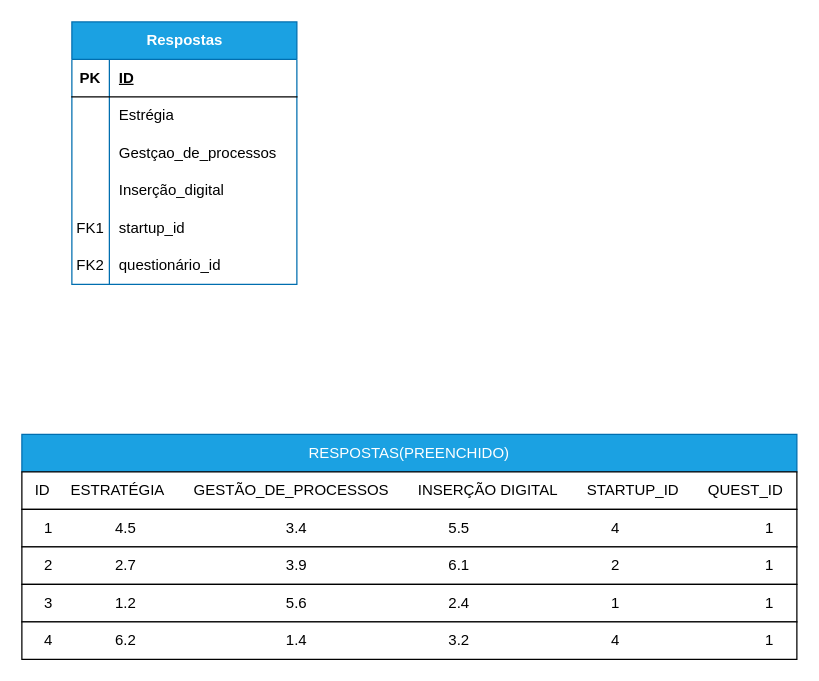
Luannunes02/DERs keeps this draw.io diagram as page "Respostas" (3 of 5) of Diagrama sem nome.drawio. Above is the earlier version. Source tidied: cells renumbered, new cells numbered last; positions are measured from the earlier drawing's top-left corner, leaving out a move shared by most shapes. Both pictures are drawn from the tidied source at 125%, with x=0, y=0 at pixel (21, 21).
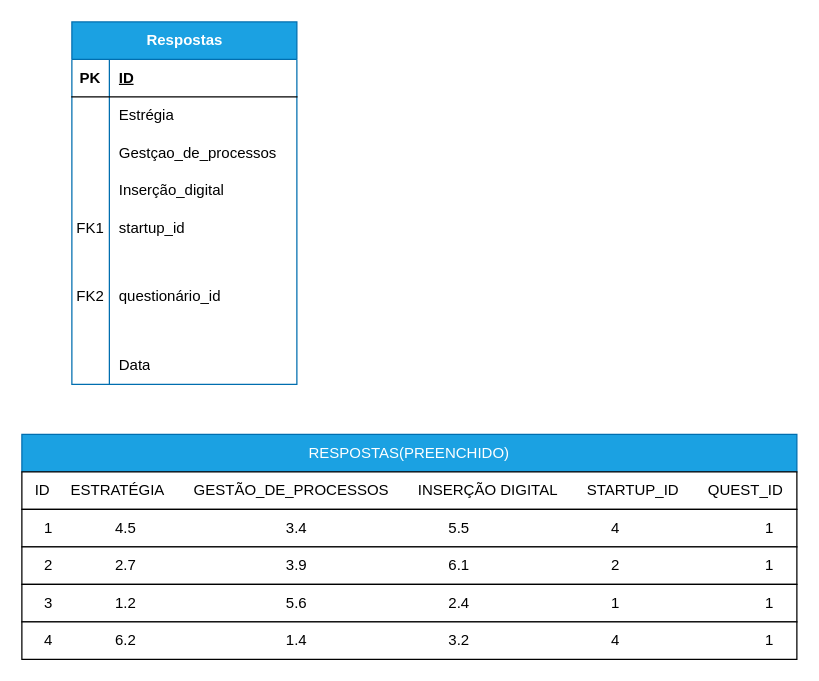
The same page after the edit.

Change to the diagram source:
```diff
@@
     <mxCell id="2" value="Respostas" style="shape=table;startSize=30;childLayout=tableLayout;rowLines=0;fontStyle=1;align=center;html=1;fillColor=#1ba1e2;fontColor=#ffffff;strokeColor=#006EAF;" parent="1" vertex="1">
-      <mxGeometry x="40" width="180" height="210" as="geometry" />
+      <mxGeometry x="40" width="180" height="290" as="geometry" />
     </mxCell>
@@
     <mxCell id="18" style="shape=tableRow;horizontal=0;startSize=0;swimlaneHead=0;swimlaneBody=0;fillColor=none;top=0;left=0;right=0;bottom=0;" parent="2" vertex="1">
-      <mxGeometry y="180" width="180" height="30" as="geometry" />
+      <mxGeometry y="180" width="180" height="80" as="geometry" />
     </mxCell>
     <mxCell id="19" value="FK2" style="shape=partialRectangle;fillColor=none;top=0;left=0;bottom=0;right=0;overflow=hidden;whiteSpace=wrap;html=1;" parent="18" vertex="1">
-      <mxGeometry width="30" height="30" as="geometry" />
+      <mxGeometry width="30" height="80" as="geometry" />
     </mxCell>
     <mxCell id="20" value="questionário_id" style="shape=partialRectangle;fillColor=none;top=0;left=0;bottom=0;right=0;align=left;spacingLeft=6;overflow=hidden;whiteSpace=wrap;html=1;" parent="18" vertex="1">
-      <mxGeometry x="30" width="150" height="30" as="geometry" />
+      <mxGeometry x="30" width="150" height="80" as="geometry" />
     </mxCell>
+    <mxCell id="27" style="shape=tableRow;horizontal=0;startSize=0;swimlaneHead=0;swimlaneBody=0;fillColor=none;top=0;left=0;right=0;bottom=0;" parent="2" vertex="1">
+      <mxGeometry y="260" width="180" height="30" as="geometry" />
+    </mxCell>
+    <mxCell id="28" style="shape=partialRectangle;fillColor=none;top=0;left=0;bottom=0;right=0;overflow=hidden;whiteSpace=wrap;html=1;" parent="27" vertex="1">
+      <mxGeometry width="30" height="30" as="geometry" />
+    </mxCell>
+    <mxCell id="29" value="Data" style="shape=partialRectangle;fillColor=none;top=0;left=0;bottom=0;right=0;align=left;spacingLeft=6;overflow=hidden;whiteSpace=wrap;html=1;" parent="27" vertex="1">
+      <mxGeometry x="30" width="150" height="30" as="geometry" />
+    </mxCell>
```
